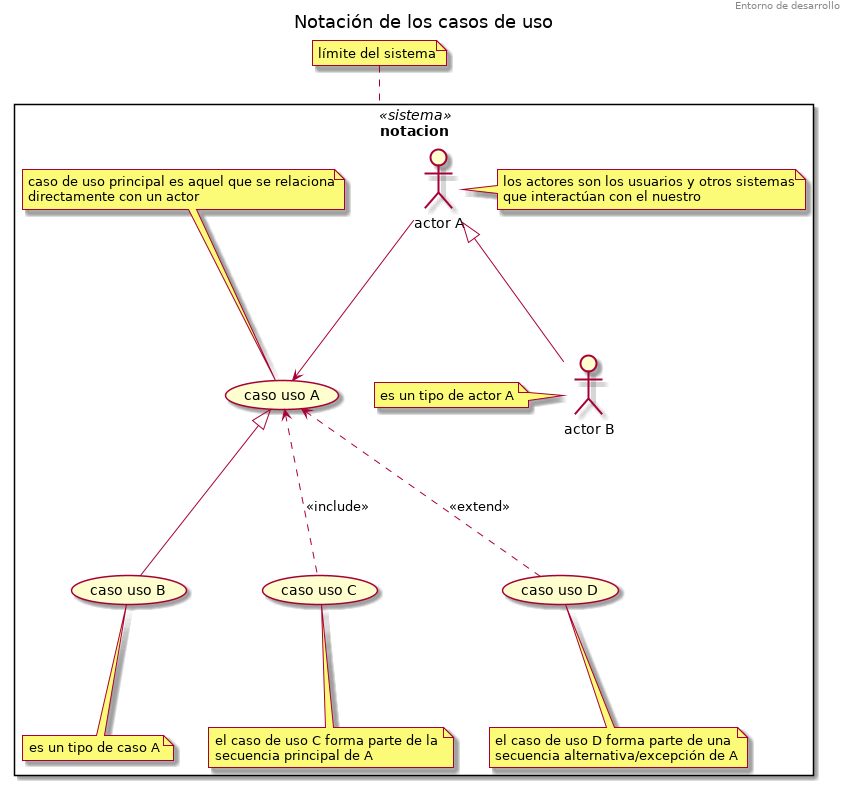
The PlantUML diagram requisitos/img/casos-uso-notacion.png in sgalsant/sgalsant.github.io, before a commit. The source it was exported from:
```plantuml
@startuml

title Notación de los casos de uso
header Entorno de desarrollo

rectangle notacion <<sistema>>{

:actor A: <|-- :actor B:

:actor A: -down-> (caso uso A)

(caso uso A) <|-- (caso uso B)
(caso uso C) -up.> (caso uso A) :<<include>>
(caso uso D) -up.> (caso uso A) :<<extend>>

note right of :actor A:
  los actores son los usuarios y otros sistemas
  que interactúan con el nuestro
end note

note top of (caso uso A)
   caso de uso principal es aquel que se relaciona
   directamente con un actor
end note

note left of :actor B:
  es un tipo de actor A
end note

note bottom of (caso uso B)
  es un tipo de caso A
end note

note bottom of (caso uso C)
   el caso de uso C forma parte de la
   secuencia principal de A
end note

note bottom of (caso uso D)
   el caso de uso D forma parte de una
   secuencia alternativa/excepción de A
end note

}

note top of notacion
   límite del sistema
end note
@enduml
```
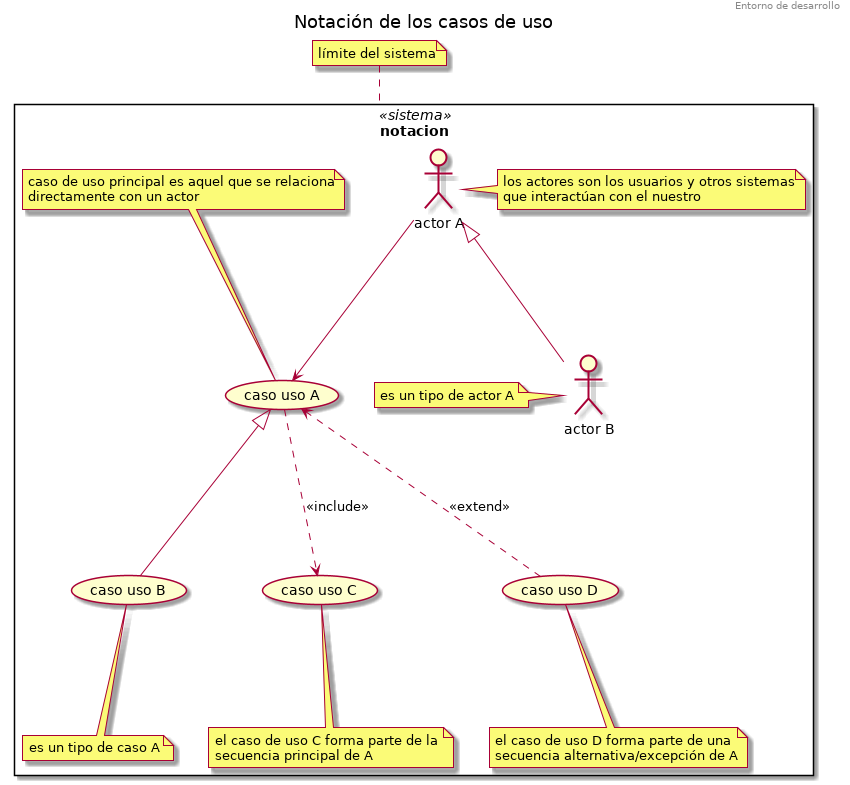
After the change.

Commit message:
notacion casos uso

What changed in the source:
```diff
@@ -10,7 +10,7 @@
 :actor A: -down-> (caso uso A)
 
 (caso uso A) <|-- (caso uso B)
-(caso uso C) -up.> (caso uso A) :<<include>>
+(caso uso A) -down.> (caso uso C) :<<include>>
 (caso uso D) -up.> (caso uso A) :<<extend>>
 
 note right of :actor A:
```
